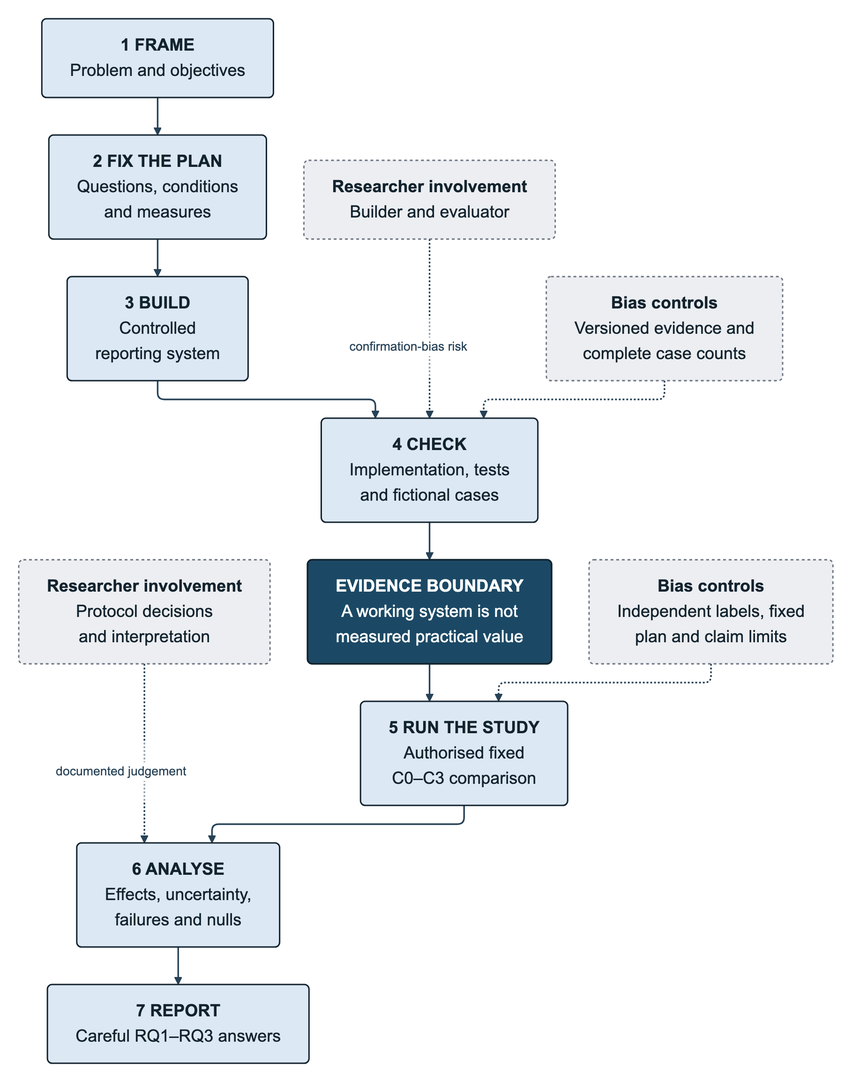
Before: Dissertation/exhibits/meth_f1_design_science_evidence_chain.png, a diagram exported from Mermaid (fayeeniu/dissertation-agentic-portfolio-monitoring). Its source is kept beside it as Dissertation/exhibits/meth_f1_design_science_evidence_chain.mmd.
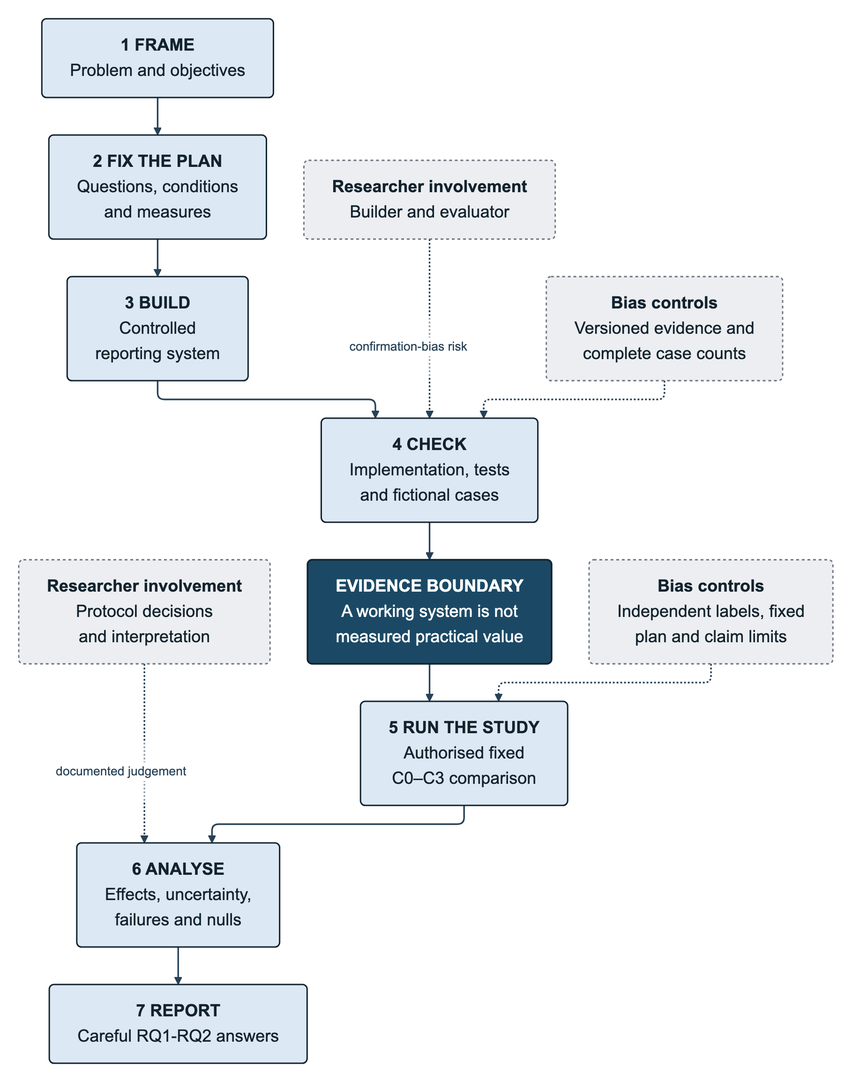
Above is the later version.

Diff of the diagram source:
```diff
@@ -5,7 +5,7 @@
   E --> N["<b>EVIDENCE BOUNDARY</b><br/>A working system is not<br/>measured practical value"]
   N --> X["<b>5 RUN THE STUDY</b><br/>Authorised fixed<br/>C0–C3 comparison"]
   X --> A["<b>6 ANALYSE</b><br/>Effects, uncertainty,<br/>failures and nulls"]
-  A --> C["<b>7 REPORT</b><br/>Careful RQ1–RQ3 answers"]
+  A --> C["<b>7 REPORT</b><br/>Careful RQ1-RQ2 answers"]
 
   R1["<b>Researcher involvement</b><br/>Builder and evaluator"] -. confirmation-bias risk .-> E
   R2["<b>Researcher involvement</b><br/>Protocol decisions<br/>and interpretation"] -. documented judgement .-> A
```
